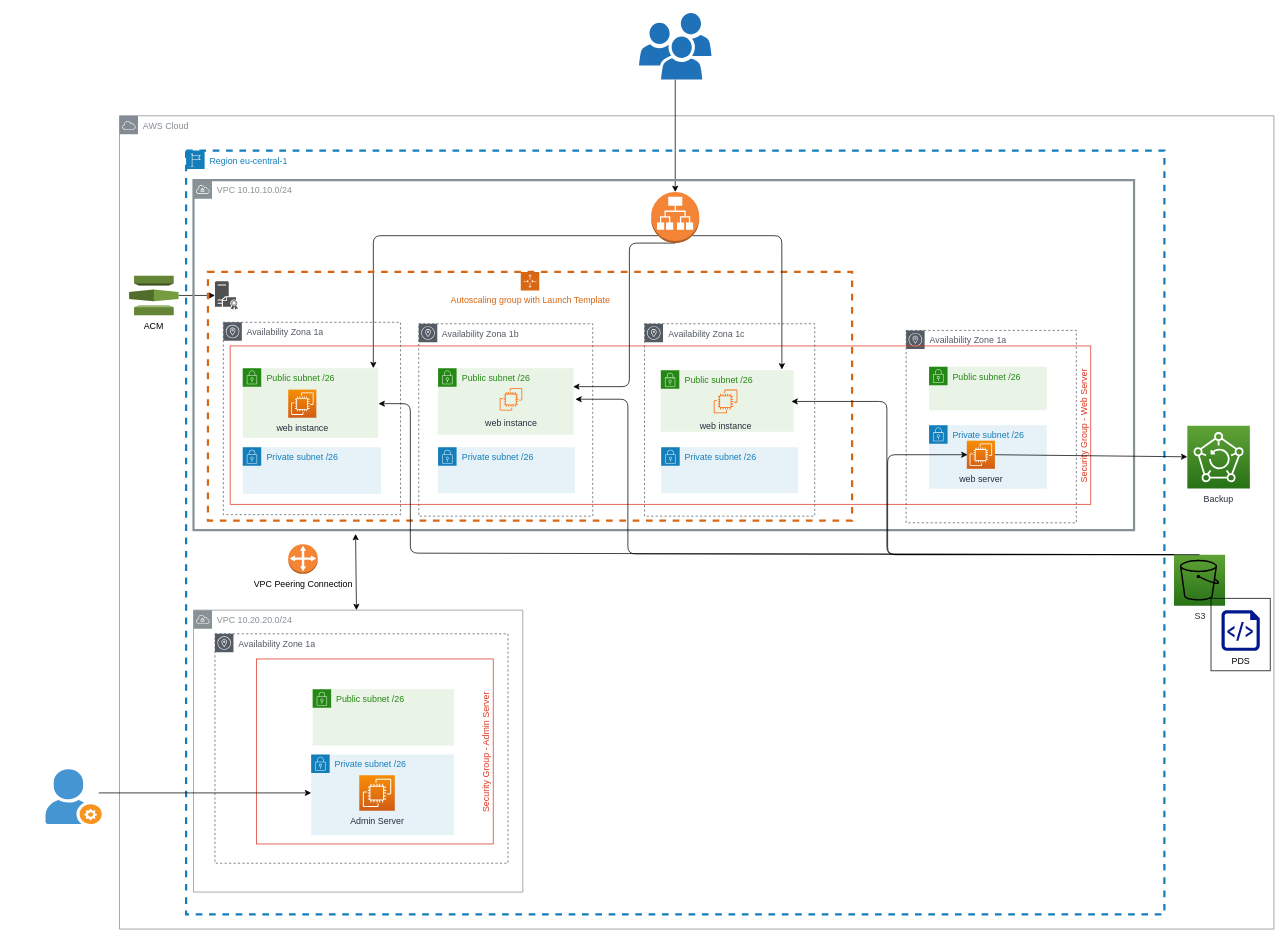
TechGrounds-Cloud8/cloud8-sasudi90 keeps this draw.io diagram as 08_Project/V1.1/Documentation/1.1.drawio. Above is the earlier version. Source tidied: cells renumbered, new cells numbered last; positions are measured from the earlier drawing's top-left corner, leaving out a move shared by most shapes. Both pictures are drawn from the tidied source at 74%, with x=0, y=0 at pixel (45, 13).
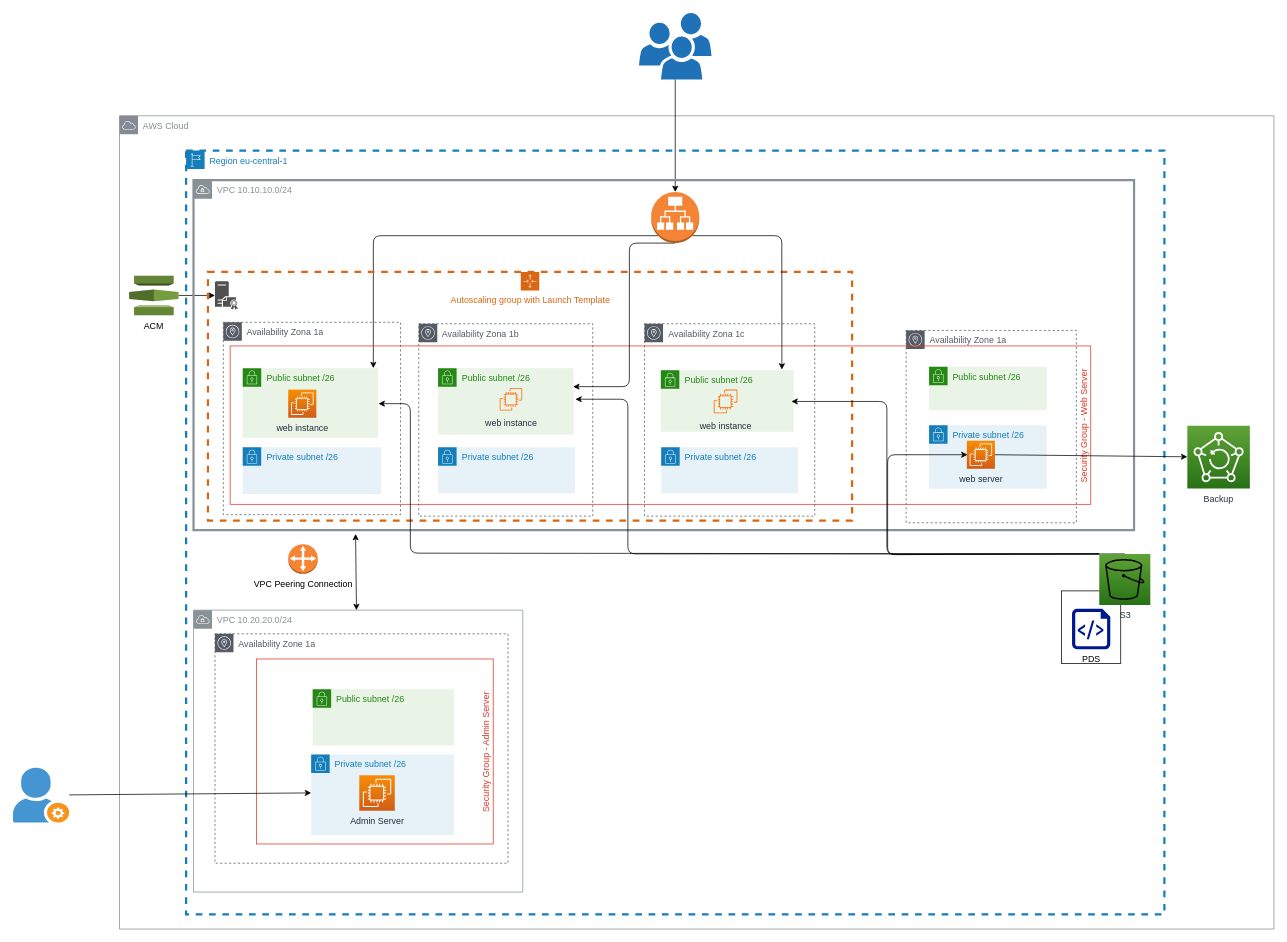
Above is the later version.

Commit message:
bucket in region

Change to the diagram source:
```diff
@@
-    <mxCell id="41" value="S3" style="sketch=0;points=[[0,0,0],[0.25,0,0],[0.5,0,0],[0.75,0,0],[1,0,0],[0,1,0],[0.25,1,0],[0.5,1,0],[0.75,1,0],[1,1,0],[0,0.25,0],[0,0.5,0],[0,0.75,0],[1,0.25,0],[1,0.5,0],[1,0.75,0]];outlineConnect=0;fontColor=#232F3E;gradientColor=#60A337;gradientDirection=north;fillColor=#277116;strokeColor=#000000;verticalLabelPosition=bottom;verticalAlign=top;align=center;html=1;fontSize=12;fontStyle=0;shape=mxgraph.aws4.resourceIcon;resIcon=mxgraph.aws4.s3;" parent="1" vertex="1">
-      <mxGeometry x="1525" y="732" width="69" height="69" as="geometry" />
-    </mxCell>
@@
     <mxCell id="46" style="rounded=0;whiteSpace=wrap;html=1;fillColor=none;strokeColor=#000000;" parent="1" vertex="1">
-      <mxGeometry x="1575" y="791" width="80" height="98" as="geometry" />
+      <mxGeometry x="1373" y="781" width="80" height="98" as="geometry" />
     </mxCell>
     <mxCell id="47" value="PDS" style="sketch=0;shadow=0;dashed=0;html=1;strokeColor=none;labelPosition=center;verticalLabelPosition=bottom;verticalAlign=top;align=center;fillColor=#00188D;shape=mxgraph.azure.script_file;fontColor=#000000;" parent="1" vertex="1">
-      <mxGeometry x="1589.2" y="807" width="51.7" height="55" as="geometry" />
+      <mxGeometry x="1387.2" y="805" width="51.7" height="55" as="geometry" />
     </mxCell>
-    <mxCell id="48" style="edgeStyle=none;html=1;strokeColor=#000000;" parent="1" edge="1">
+    <mxCell id="48" style="edgeStyle=none;html=1;strokeColor=#000000;" parent="1" edge="1" source="49">
       <mxGeometry relative="1" as="geometry">
-        <mxPoint x="72" y="1054" as="sourcePoint" />
         <mxPoint x="359" y="1054" as="targetPoint" />
       </mxGeometry>
     </mxCell>
+    <mxCell id="41" value="S3" style="sketch=0;points=[[0,0,0],[0.25,0,0],[0.5,0,0],[0.75,0,0],[1,0,0],[0,1,0],[0.25,1,0],[0.5,1,0],[0.75,1,0],[1,1,0],[0,0.25,0],[0,0.5,0],[0,0.75,0],[1,0.25,0],[1,0.5,0],[1,0.75,0]];outlineConnect=0;fontColor=#232F3E;gradientColor=#60A337;gradientDirection=north;fillColor=#277116;strokeColor=#000000;verticalLabelPosition=bottom;verticalAlign=top;align=center;html=1;fontSize=12;fontStyle=0;shape=mxgraph.aws4.resourceIcon;resIcon=mxgraph.aws4.s3;" parent="1" vertex="1">
+      <mxGeometry x="1424" y="731" width="69" height="69" as="geometry" />
+    </mxCell>
     <mxCell id="49" style="shadow=0;dashed=0;html=1;strokeColor=none;fillColor=#4495D1;labelPosition=center;verticalLabelPosition=bottom;verticalAlign=top;align=center;outlineConnect=0;shape=mxgraph.veeam.company_administrator;" parent="1" vertex="1">
-      <mxGeometry y="1022" width="76" height="74" as="geometry" />
+      <mxGeometry x="-44" y="1020" width="76" height="74" as="geometry" />
     </mxCell>
```
